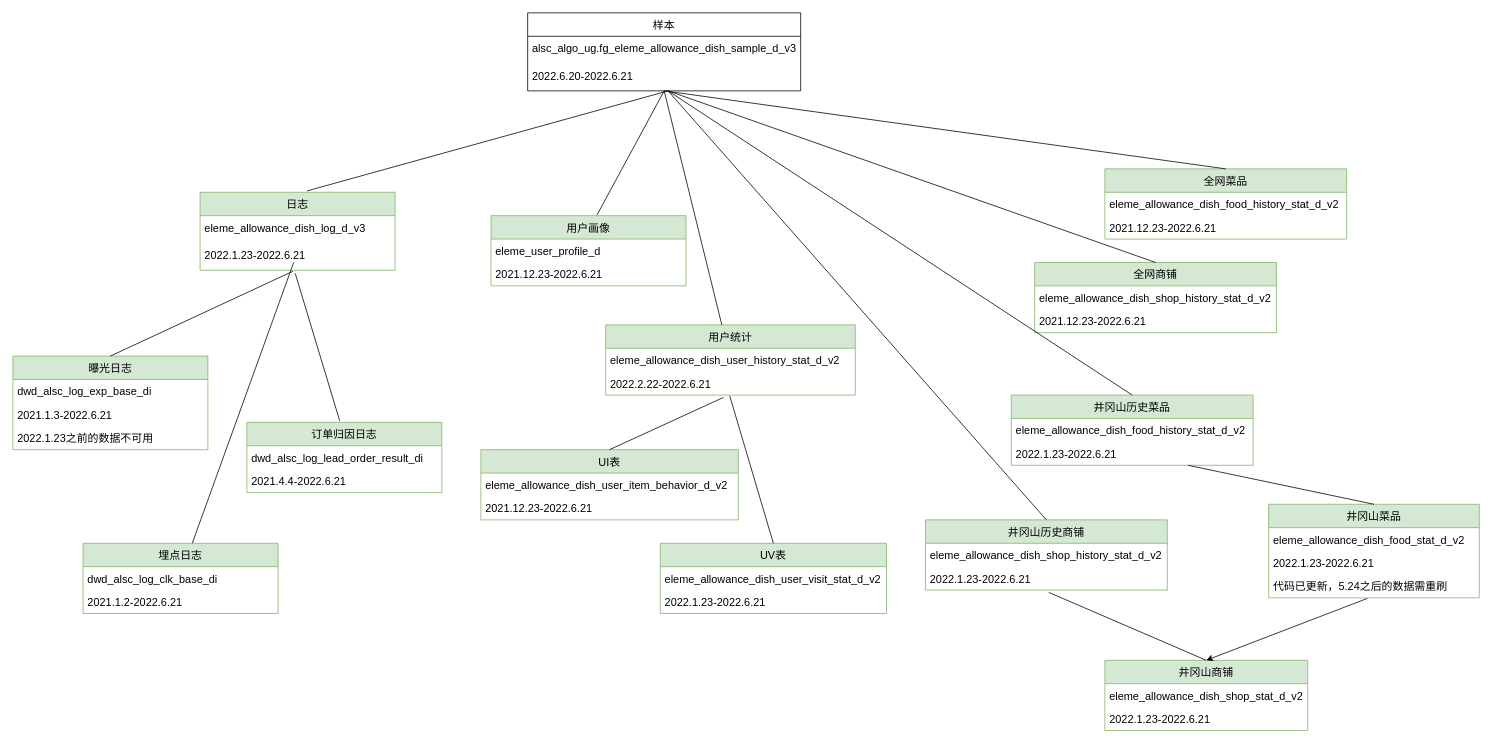
This is Untitled Diagram.drawio from Xiaohu-D/-, a draw.io file, before an edit. Source tidied: cells renumbered, new cells numbered last; positions are measured from the earlier drawing's top-left corner, leaving out a move shared by most shapes. Both pictures are drawn from the tidied source at 78%, with x=0, y=0 at pixel (12, 12).
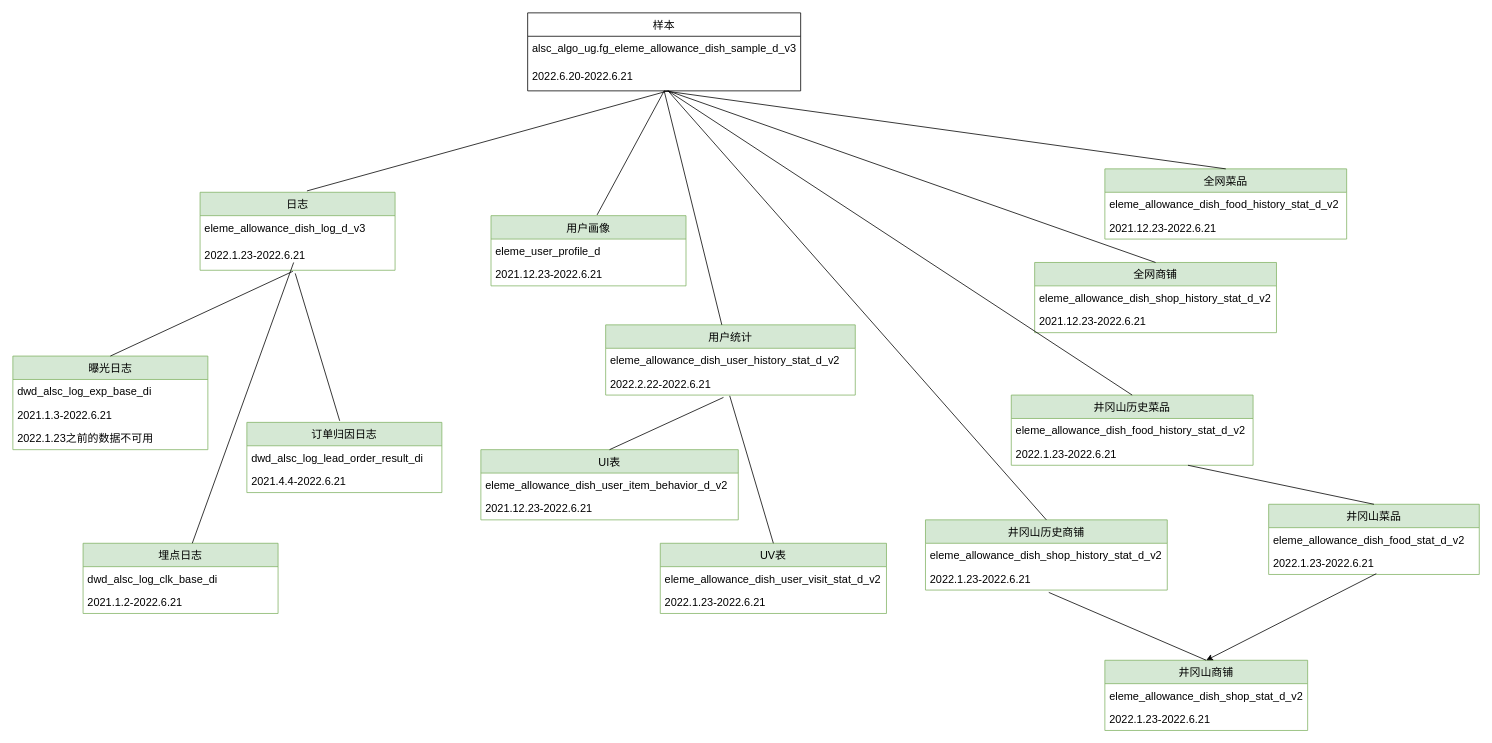
Above is the later version.

Unchanged cells that the change refers to:
```xml
<mxCell id="53" value="2022.1.23-2022.6.21" style="text;strokeColor=none;fillColor=none;align=left;verticalAlign=middle;spacingLeft=4;spacingRight=4;overflow=hidden;points=[[0,0.5],[1,0.5]];portConstraint=eastwest;fontSize=14;" parent="51" vertex="1">
  <mxGeometry y="60" width="270" height="30" as="geometry" />
</mxCell>
<mxCell id="55" value="井冈山商铺" style="swimlane;fontStyle=0;horizontal=1;startSize=30;fontSize=14;fillColor=#d5e8d4;strokeColor=#82b366;" parent="1" vertex="1">
  <mxGeometry x="1400" y="830" width="260" height="90" as="geometry" />
</mxCell>
```

Change to the diagram source:
```diff
@@
     <mxCell id="51" value="井冈山菜品" style="swimlane;fontStyle=0;horizontal=1;startSize=30;fontSize=14;fillColor=#d5e8d4;strokeColor=#82b366;" parent="1" vertex="1">
-      <mxGeometry x="1610" y="630" width="270" height="120" as="geometry" />
+      <mxGeometry x="1610" y="630" width="270" height="90" as="geometry" />
     </mxCell>
@@
-    <mxCell id="54" value="代码已更新，5.24之后的数据需重刷" style="text;strokeColor=none;fillColor=none;align=left;verticalAlign=middle;spacingLeft=4;spacingRight=4;overflow=hidden;points=[[0,0.5],[1,0.5]];portConstraint=eastwest;fontSize=14;" parent="51" vertex="1">
-      <mxGeometry y="90" width="270" height="30" as="geometry" />
-    </mxCell>
@@
-    <mxCell id="60" style="endArrow=classic;html=1;rounded=0;entryX=0.5;entryY=0;entryDx=0;entryDy=0;exitX=0.468;exitY=1.025;exitDx=0;exitDy=0;exitPerimeter=0;" parent="1" edge="1" source="54" target="55">
+    <mxCell id="60" style="endArrow=classic;html=1;rounded=0;entryX=0.5;entryY=0;entryDx=0;entryDy=0;exitX=0.511;exitY=0.967;exitDx=0;exitDy=0;exitPerimeter=0;" parent="1" edge="1" source="53" target="55">
       <mxGeometry relative="1" as="geometry" />
     </mxCell>
```
